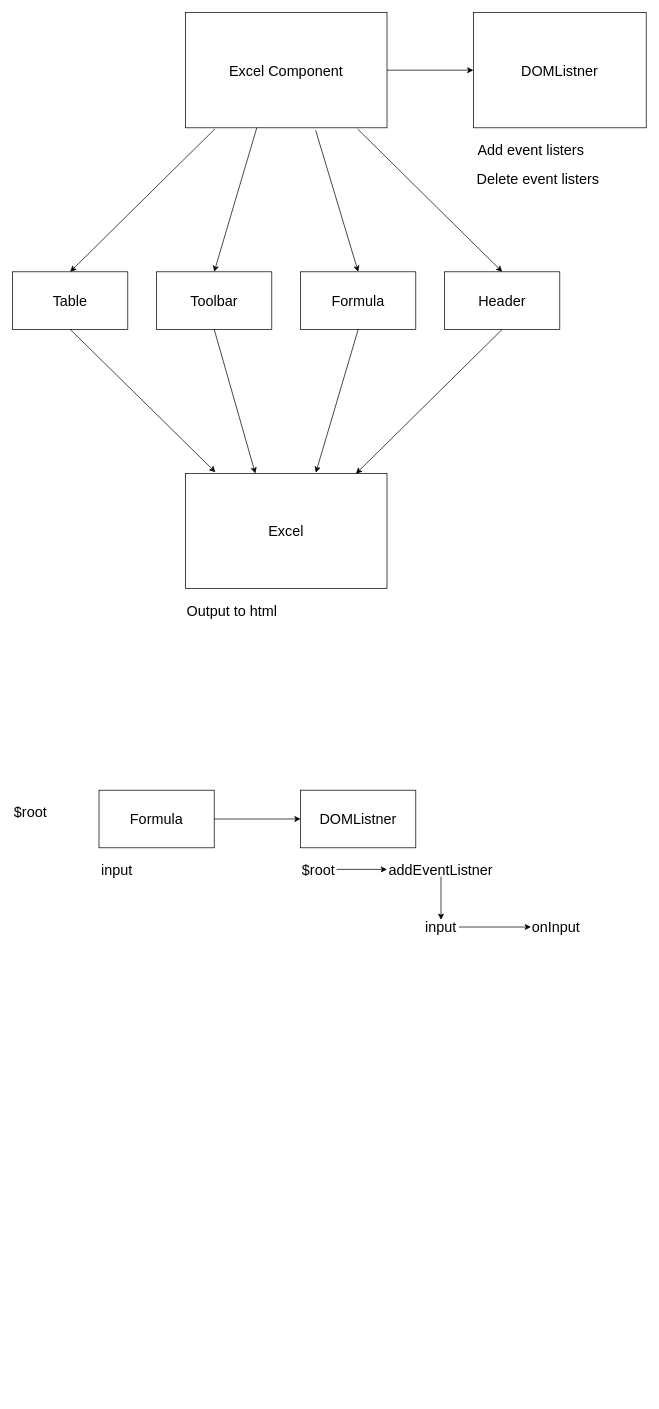
Before: excel.drawio in Sergey-Perfiliev/excel, a draw.io diagram. Source tidied: cells renumbered, new cells numbered last; positions are measured from the earlier drawing's top-left corner, leaving out a move shared by most shapes. Both pictures are drawn from the tidied source at 72%, with x=0, y=0 at pixel (12, 12).
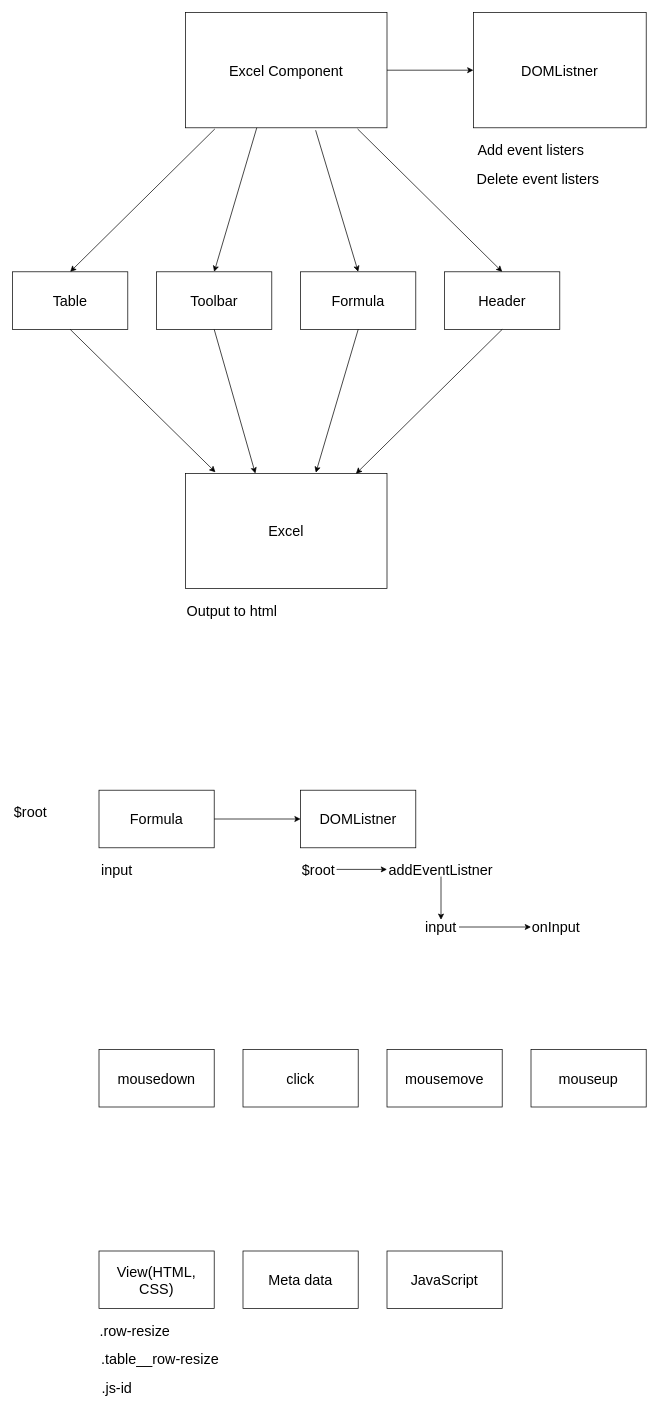
The same diagram, later.

Commit message (it also covers changes not shown here):
Finish Table resize

Diff of the diagram source:
```diff
@@
+    <mxCell id="33" value="mousedown" style="rounded=0;whiteSpace=wrap;html=1;fontSize=20;" parent="1" vertex="1">
+      <mxGeometry x="120" y="1440" width="160" height="80" as="geometry" />
+    </mxCell>
+    <mxCell id="34" value="click" style="rounded=0;whiteSpace=wrap;html=1;fontSize=20;" parent="1" vertex="1">
+      <mxGeometry x="320" y="1440" width="160" height="80" as="geometry" />
+    </mxCell>
+    <mxCell id="35" value="mousemove" style="rounded=0;whiteSpace=wrap;html=1;fontSize=20;" parent="1" vertex="1">
+      <mxGeometry x="520" y="1440" width="160" height="80" as="geometry" />
+    </mxCell>
+    <mxCell id="36" value="mouseup" style="rounded=0;whiteSpace=wrap;html=1;fontSize=20;" parent="1" vertex="1">
+      <mxGeometry x="720" y="1440" width="160" height="80" as="geometry" />
+    </mxCell>
+    <mxCell id="37" value="View(HTML, CSS)" style="rounded=0;whiteSpace=wrap;html=1;fontSize=20;" parent="1" vertex="1">
+      <mxGeometry x="120" y="1720" width="160" height="80" as="geometry" />
+    </mxCell>
+    <mxCell id="38" value=".row-resize" style="text;html=1;strokeColor=none;fillColor=none;align=center;verticalAlign=middle;whiteSpace=wrap;rounded=0;fontSize=20;" parent="1" vertex="1">
+      <mxGeometry x="120" y="1820" width="100" height="20" as="geometry" />
+    </mxCell>
+    <mxCell id="39" value=".table__row-resize" style="text;html=1;strokeColor=none;fillColor=none;align=center;verticalAlign=middle;whiteSpace=wrap;rounded=0;fontSize=20;" parent="1" vertex="1">
+      <mxGeometry x="120" y="1860" width="170" height="20" as="geometry" />
+    </mxCell>
+    <mxCell id="40" value="JavaScript" style="rounded=0;whiteSpace=wrap;html=1;fontSize=20;" parent="1" vertex="1">
+      <mxGeometry x="520" y="1720" width="160" height="80" as="geometry" />
+    </mxCell>
+    <mxCell id="41" value="Meta data" style="rounded=0;whiteSpace=wrap;html=1;fontSize=20;" parent="1" vertex="1">
+      <mxGeometry x="320" y="1720" width="160" height="80" as="geometry" />
+    </mxCell>
+    <mxCell id="42" value=".js-id" style="text;html=1;strokeColor=none;fillColor=none;align=center;verticalAlign=middle;whiteSpace=wrap;rounded=0;fontSize=20;" parent="1" vertex="1">
+      <mxGeometry x="120" y="1900" width="50" height="20" as="geometry" />
+    </mxCell>
```
